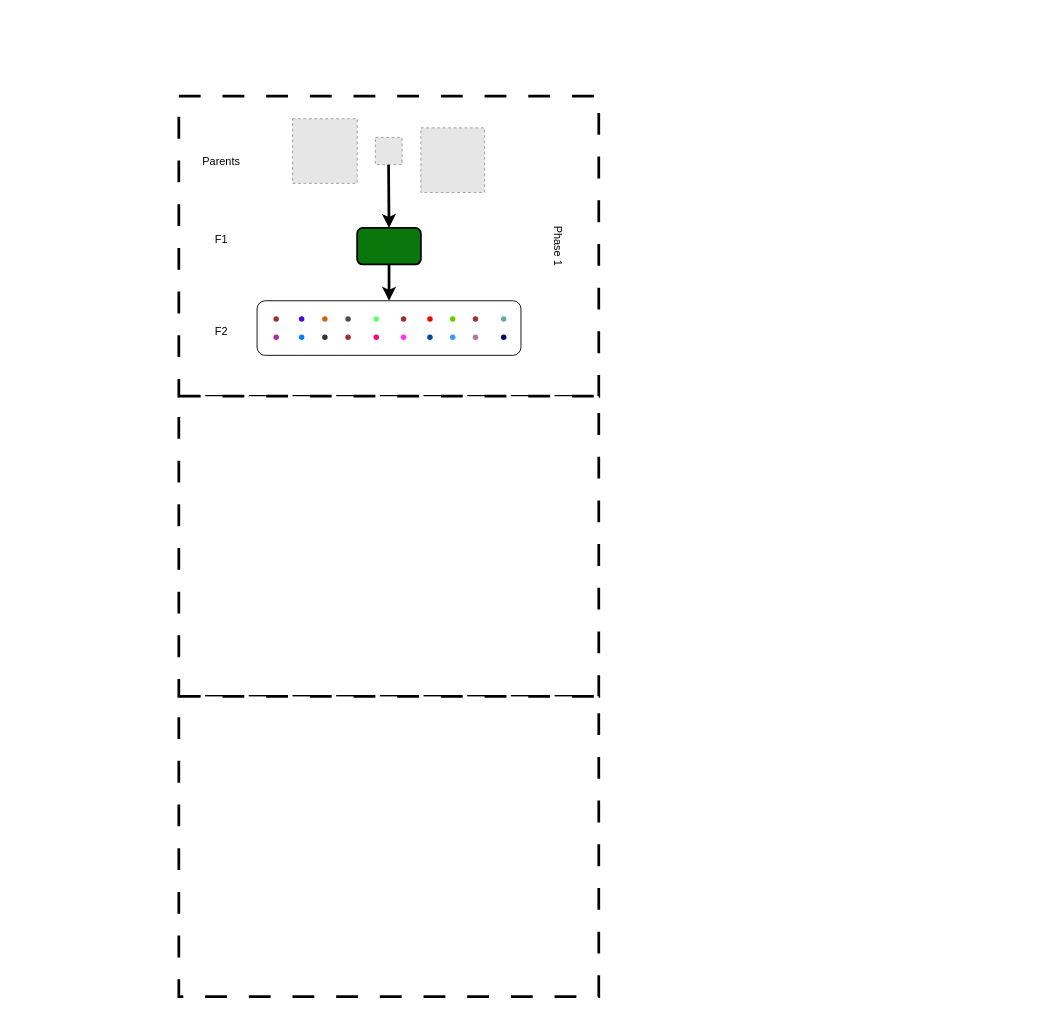
This is vit_presentation.drawio from ravindra2859/Figure_Poster, a draw.io file, before an edit. Source tidied: cells renumbered, new cells numbered last; positions are measured from the earlier drawing's top-left corner, leaving out a move shared by most shapes. Both pictures are drawn from the tidied source at 91%, with x=0, y=0 at pixel (178, 96). Pictures stored in the file or linked from it are replaced by grey dashed boxes.
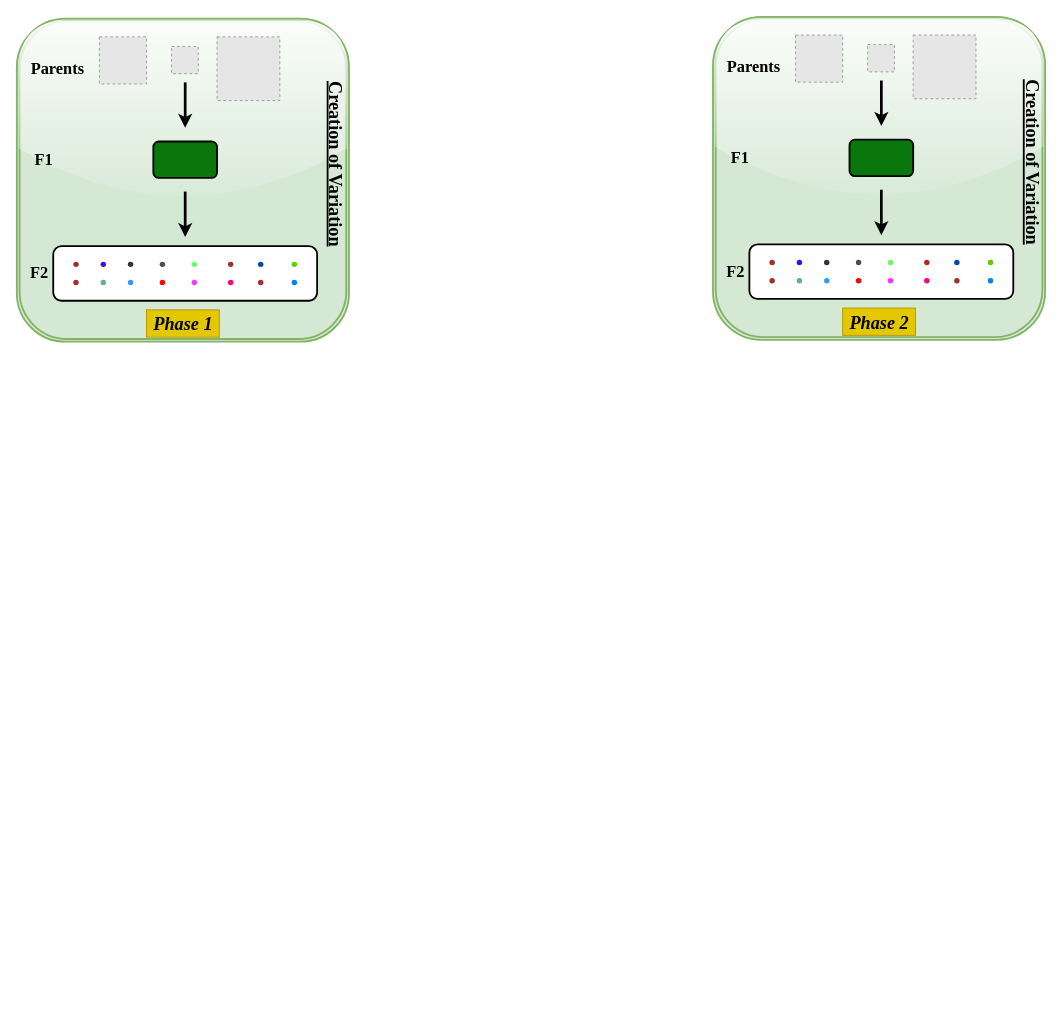
The same diagram, later.

What changed in the source:
```diff
@@
-<mxGraphModel>
+<mxGraphModel background="#ffffff">
@@
-    <mxCell id="2" style="rounded=0;whiteSpace=wrap;html=1;dashed=1;dashPattern=8 8;strokeWidth=3;" parent="1" vertex="1">
-      <mxGeometry y="0.1" width="461.5" height="329.9" as="geometry" />
-    </mxCell>
+    <mxCell id="34" style="shape=ext;double=1;rounded=1;whiteSpace=wrap;html=1;strokeWidth=2;strokeColor=#82b366;glass=1;fillColor=#d5e8d4;" parent="1" vertex="1">
+      <mxGeometry x="-178" y="-85" width="365" height="355" as="geometry" />
+    </mxCell>
-    <mxCell id="3" style="rounded=1;whiteSpace=wrap;html=1;" parent="1" vertex="1">
-      <mxGeometry x="86" y="225" width="290" height="60" as="geometry" />
+    <mxCell id="3" style="rounded=1;whiteSpace=wrap;html=1;strokeWidth=2;" parent="1" vertex="1">
+      <mxGeometry x="-138" y="165" width="290" height="60" as="geometry" />
     </mxCell>
-    <mxCell id="4" style="fillColor=#E6E6E6;strokeColor=#999999;dashed=1;verticalLabelPosition=bottom;labelBackgroundColor=default;verticalAlign=top;" parent="1" vertex="1">
-      <mxGeometry x="125" y="25" width="71" height="71" as="geometry" />
-    </mxCell>
     <mxCell id="5" style="fillColor=#E6E6E6;strokeColor=#999999;dashed=1;verticalLabelPosition=bottom;labelBackgroundColor=default;verticalAlign=top;" parent="1" vertex="1">
-      <mxGeometry x="266" y="35" width="70" height="71" as="geometry" />
+      <mxGeometry x="42" y="-65" width="69" height="70" as="geometry" />
     </mxCell>
     <mxCell id="6" style="fillColor=#E6E6E6;strokeColor=#999999;dashed=1;verticalLabelPosition=bottom;labelBackgroundColor=default;verticalAlign=top;" parent="1" vertex="1">
-      <mxGeometry x="216" y="45.5" width="29.4" height="30" as="geometry" />
+      <mxGeometry x="-8" y="-54.5" width="29.4" height="30" as="geometry" />
     </mxCell>
     <mxCell id="7" style="shape=waypoint;sketch=0;fillStyle=solid;size=6;fillColor=none;perimeter=centerPerimeter;strokeColor=#a32e2e;" parent="1" vertex="1">
-      <mxGeometry x="97" y="235" width="20" height="20" as="geometry" />
+      <mxGeometry x="-123" y="175" width="20" height="20" as="geometry" />
     </mxCell>
     <mxCell id="8" style="rounded=1;whiteSpace=wrap;html=1;fillColor=#09770b;strokeWidth=2;" parent="1" vertex="1">
-      <mxGeometry x="196" y="145" width="70" height="40" as="geometry" />
+      <mxGeometry x="-28" y="50" width="70" height="40" as="geometry" />
     </mxCell>
-    <mxCell id="9" style="shape=waypoint;sketch=0;fillStyle=solid;size=6;fillColor=none;perimeter=centerPerimeter;strokeColor=#af2c9e;" parent="1" vertex="1">
-      <mxGeometry x="97" y="255" width="20" height="20" as="geometry" />
-    </mxCell>
     <mxCell id="10" style="shape=waypoint;sketch=0;fillStyle=solid;size=6;fillColor=none;perimeter=centerPerimeter;strokeColor=#440ae6;" parent="1" vertex="1">
-      <mxGeometry x="125" y="235" width="20" height="20" as="geometry" />
+      <mxGeometry x="-93" y="175" width="20" height="20" as="geometry" />
     </mxCell>
-    <mxCell id="11" style="shape=waypoint;sketch=0;fillStyle=solid;size=6;fillColor=none;perimeter=centerPerimeter;strokeColor=#CC6600;" parent="1" vertex="1">
-      <mxGeometry x="150.5" y="235" width="20" height="20" as="geometry" />
-    </mxCell>
     <mxCell id="12" style="shape=waypoint;sketch=0;fillStyle=solid;size=6;fillColor=none;perimeter=centerPerimeter;strokeColor=#4D4D4D;" parent="1" vertex="1">
-      <mxGeometry x="176" y="235" width="20" height="20" as="geometry" />
+      <mxGeometry x="-28" y="175" width="20" height="20" as="geometry" />
     </mxCell>
     <mxCell id="13" style="shape=waypoint;sketch=0;fillStyle=solid;size=6;fillColor=none;perimeter=centerPerimeter;strokeColor=#66FF66;" parent="1" vertex="1">
-      <mxGeometry x="207" y="235" width="20" height="20" as="geometry" />
+      <mxGeometry x="7" y="175" width="20" height="20" as="geometry" />
     </mxCell>
     <mxCell id="14" style="shape=waypoint;sketch=0;fillStyle=solid;size=6;fillColor=none;perimeter=centerPerimeter;strokeColor=#a32e2e;" parent="1" vertex="1">
-      <mxGeometry x="237" y="235" width="20" height="20" as="geometry" />
+      <mxGeometry x="47" y="175" width="20" height="20" as="geometry" />
     </mxCell>
     <mxCell id="15" style="shape=waypoint;sketch=0;fillStyle=solid;size=6;fillColor=none;perimeter=centerPerimeter;strokeColor=#FF0000;" parent="1" vertex="1">
-      <mxGeometry x="266" y="235" width="20" height="20" as="geometry" />
+      <mxGeometry x="-28" y="195" width="20" height="20" as="geometry" />
     </mxCell>
     <mxCell id="16" style="shape=waypoint;sketch=0;fillStyle=solid;size=6;fillColor=none;perimeter=centerPerimeter;strokeColor=#66CC00;" parent="1" vertex="1">
-      <mxGeometry x="291" y="235" width="20" height="20" as="geometry" />
+      <mxGeometry x="117" y="175" width="20" height="20" as="geometry" />
     </mxCell>
     <mxCell id="17" style="shape=waypoint;sketch=0;fillStyle=solid;size=6;fillColor=none;perimeter=centerPerimeter;strokeColor=#a32e2e;" parent="1" vertex="1">
-      <mxGeometry x="316" y="235" width="20" height="20" as="geometry" />
+      <mxGeometry x="-123" y="195" width="20" height="20" as="geometry" />
     </mxCell>
     <mxCell id="18" style="shape=waypoint;sketch=0;fillStyle=solid;size=6;fillColor=none;perimeter=centerPerimeter;strokeColor=#67AB9F;" parent="1" vertex="1">
-      <mxGeometry x="347" y="235" width="20" height="20" as="geometry" />
+      <mxGeometry x="-93" y="195" width="20" height="20" as="geometry" />
     </mxCell>
     <mxCell id="19" style="shape=waypoint;sketch=0;fillStyle=solid;size=6;fillColor=none;perimeter=centerPerimeter;strokeColor=#007FFF;" parent="1" vertex="1">
-      <mxGeometry x="125" y="255" width="20" height="20" as="geometry" />
+      <mxGeometry x="117" y="195" width="20" height="20" as="geometry" />
     </mxCell>
     <mxCell id="20" style="shape=waypoint;sketch=0;fillStyle=solid;size=6;fillColor=none;perimeter=centerPerimeter;strokeColor=#333333;" parent="1" vertex="1">
-      <mxGeometry x="150.5" y="255" width="20" height="20" as="geometry" />
+      <mxGeometry x="-63" y="175" width="20" height="20" as="geometry" />
     </mxCell>
     <mxCell id="21" style="shape=waypoint;sketch=0;fillStyle=solid;size=6;fillColor=none;perimeter=centerPerimeter;strokeColor=#a32e2e;" parent="1" vertex="1">
-      <mxGeometry x="176" y="255" width="20" height="20" as="geometry" />
+      <mxGeometry x="80" y="195" width="20" height="20" as="geometry" />
     </mxCell>
     <mxCell id="22" style="shape=waypoint;sketch=0;fillStyle=solid;size=6;fillColor=none;perimeter=centerPerimeter;strokeColor=#FF0080;" parent="1" vertex="1">
-      <mxGeometry x="207" y="255" width="20" height="20" as="geometry" />
+      <mxGeometry x="47" y="195" width="20" height="20" as="geometry" />
     </mxCell>
     <mxCell id="23" style="shape=waypoint;sketch=0;fillStyle=solid;size=6;fillColor=none;perimeter=centerPerimeter;strokeColor=#FF33FF;" parent="1" vertex="1">
-      <mxGeometry x="237" y="255" width="20" height="20" as="geometry" />
+      <mxGeometry x="7" y="195" width="20" height="20" as="geometry" />
     </mxCell>
     <mxCell id="24" style="shape=waypoint;sketch=0;fillStyle=solid;size=6;fillColor=none;perimeter=centerPerimeter;strokeColor=#004C99;" parent="1" vertex="1">
-      <mxGeometry x="266" y="255" width="20" height="20" as="geometry" />
+      <mxGeometry x="80" y="175" width="20" height="20" as="geometry" />
     </mxCell>
     <mxCell id="25" style="shape=waypoint;sketch=0;fillStyle=solid;size=6;fillColor=none;perimeter=centerPerimeter;strokeColor=#3399FF;" parent="1" vertex="1">
-      <mxGeometry x="291" y="255" width="20" height="20" as="geometry" />
+      <mxGeometry x="-63" y="195" width="20" height="20" as="geometry" />
     </mxCell>
-    <mxCell id="26" style="shape=waypoint;sketch=0;fillStyle=solid;size=6;fillColor=none;perimeter=centerPerimeter;strokeColor=#B5739D;" parent="1" vertex="1">
-      <mxGeometry x="316" y="255" width="20" height="20" as="geometry" />
-    </mxCell>
-    <mxCell id="27" style="shape=waypoint;sketch=0;fillStyle=solid;size=6;fillColor=none;perimeter=centerPerimeter;strokeColor=#000066;" parent="1" vertex="1">
-      <mxGeometry x="347" y="255" width="20" height="20" as="geometry" />
-    </mxCell>
     <mxCell id="28" style="endArrow=classic;html=1;rounded=0;strokeWidth=3;" parent="1" edge="1">
       <mxGeometry relative="1" as="geometry">
-        <mxPoint x="231" y="185" as="sourcePoint" />
-        <mxPoint x="231" y="225" as="targetPoint" />
+        <mxPoint x="7" y="105" as="sourcePoint" />
+        <mxPoint x="7" y="155" as="targetPoint" />
       </mxGeometry>
     </mxCell>
-    <mxCell id="29" value="Phase 1" style="text;html=1;strokeColor=none;fillColor=none;align=center;verticalAlign=middle;whiteSpace=wrap;rounded=0;rotation=90;" parent="1" vertex="1">
-      <mxGeometry x="387" y="150" width="60" height="30" as="geometry" />
+    <mxCell id="29" value="&lt;font style=&quot;font-size: 20px;&quot; face=&quot;Times New Roman&quot;&gt;&lt;b&gt;&lt;i&gt;Phase 1&lt;/i&gt;&lt;/b&gt;&lt;/font&gt;" style="text;html=1;strokeColor=#B09500;fillColor=#e3c800;align=center;verticalAlign=middle;whiteSpace=wrap;rounded=0;rotation=0;strokeWidth=1;fontColor=#000000;" parent="1" vertex="1">
+      <mxGeometry x="-35.5" y="235" width="80" height="30" as="geometry" />
     </mxCell>
-    <mxCell id="30" value="Parents&lt;br&gt;&lt;br&gt;&lt;br&gt;&lt;br&gt;&lt;br&gt;&lt;br&gt;F1&lt;br&gt;&lt;br&gt;&lt;br&gt;&lt;br&gt;&lt;br&gt;&lt;br&gt;&lt;br&gt;F2" style="text;html=1;strokeColor=none;fillColor=none;align=center;verticalAlign=middle;whiteSpace=wrap;rounded=0;" parent="1" vertex="1">
-      <mxGeometry x="17" y="55" width="60" height="220" as="geometry" />
-    </mxCell>
-    <mxCell id="31" style="endArrow=classic;html=1;rounded=0;strokeWidth=3;entryX=0.5;entryY=0;entryDx=0;entryDy=0;" parent="1" edge="1" target="8">
+    <mxCell id="31" style="endArrow=classic;html=1;rounded=0;strokeWidth=3;" parent="1" edge="1">
       <mxGeometry relative="1" as="geometry">
-        <mxPoint x="230.5" y="75.5" as="sourcePoint" />
+        <mxPoint x="7" y="-15" as="sourcePoint" />
+        <mxPoint x="7" y="35" as="targetPoint" />
       </mxGeometry>
     </mxCell>
-    <mxCell id="32" style="rounded=0;whiteSpace=wrap;html=1;dashed=1;dashPattern=8 8;strokeWidth=3;" parent="1" vertex="1">
-      <mxGeometry y="329.9" width="461.5" height="329.9" as="geometry" />
-    </mxCell>
-    <mxCell id="33" style="rounded=0;whiteSpace=wrap;html=1;dashed=1;dashPattern=8 8;strokeWidth=3;" parent="1" vertex="1">
-      <mxGeometry y="659.8" width="461.5" height="329.9" as="geometry" />
-    </mxCell>
+    <mxCell id="35" value="&lt;font style=&quot;font-size: 20px;&quot; face=&quot;Times New Roman&quot;&gt;&lt;b style=&quot;&quot;&gt;&lt;u&gt;Creation of Variation&lt;/u&gt;&lt;/b&gt;&lt;/font&gt;" style="text;html=1;strokeColor=none;fillColor=none;align=center;verticalAlign=middle;whiteSpace=wrap;rounded=0;rotation=90;" parent="1" vertex="1">
+      <mxGeometry x="77" y="60" width="194" height="30" as="geometry" />
+    </mxCell>
+    <mxCell id="36" value="&lt;font style=&quot;font-size: 18px;&quot; face=&quot;Times New Roman&quot;&gt;&lt;b&gt;Parents&lt;/b&gt;&lt;/font&gt;" style="text;html=1;strokeColor=none;fillColor=none;align=center;verticalAlign=middle;whiteSpace=wrap;rounded=0;" parent="1" vertex="1">
+      <mxGeometry x="-163" y="-45" width="60" height="30" as="geometry" />
+    </mxCell>
+    <mxCell id="37" value="&lt;font style=&quot;font-size: 18px;&quot; face=&quot;Times New Roman&quot;&gt;&lt;b&gt;F1&lt;/b&gt;&lt;/font&gt;" style="text;html=1;strokeColor=none;fillColor=none;align=center;verticalAlign=middle;whiteSpace=wrap;rounded=0;" parent="1" vertex="1">
+      <mxGeometry x="-168" y="55" width="40" height="30" as="geometry" />
+    </mxCell>
+    <mxCell id="38" value="&lt;font style=&quot;font-size: 18px;&quot; face=&quot;Times New Roman&quot;&gt;&lt;b&gt;F2&lt;/b&gt;&lt;/font&gt;" style="text;html=1;strokeColor=none;fillColor=none;align=center;verticalAlign=middle;whiteSpace=wrap;rounded=0;" parent="1" vertex="1">
+      <mxGeometry x="-168" y="182.5" width="30" height="25" as="geometry" />
+    </mxCell>
+    <mxCell id="39" style="fillColor=#E6E6E6;strokeColor=#999999;dashed=1;verticalLabelPosition=bottom;labelBackgroundColor=default;verticalAlign=top;" parent="1" vertex="1">
+      <mxGeometry x="-87.3" y="-65" width="51.8" height="51.8" as="geometry" />
+    </mxCell>
+    <mxCell id="40" style="shape=ext;double=1;rounded=1;whiteSpace=wrap;html=1;strokeWidth=2;strokeColor=#82b366;glass=1;fillColor=#d5e8d4;" parent="1" vertex="1">
+      <mxGeometry x="587" y="-87" width="365" height="355" as="geometry" />
+    </mxCell>
+    <mxCell id="41" style="rounded=1;whiteSpace=wrap;html=1;strokeWidth=2;" parent="1" vertex="1">
+      <mxGeometry x="627" y="163" width="290" height="60" as="geometry" />
+    </mxCell>
+    <mxCell id="42" style="fillColor=#E6E6E6;strokeColor=#999999;dashed=1;verticalLabelPosition=bottom;labelBackgroundColor=default;verticalAlign=top;" parent="1" vertex="1">
+      <mxGeometry x="807" y="-67" width="69" height="70" as="geometry" />
+    </mxCell>
+    <mxCell id="43" style="fillColor=#E6E6E6;strokeColor=#999999;dashed=1;verticalLabelPosition=bottom;labelBackgroundColor=default;verticalAlign=top;" parent="1" vertex="1">
+      <mxGeometry x="757" y="-56.5" width="29.4" height="30" as="geometry" />
+    </mxCell>
+    <mxCell id="44" style="shape=waypoint;sketch=0;fillStyle=solid;size=6;fillColor=none;perimeter=centerPerimeter;strokeColor=#a32e2e;" parent="1" vertex="1">
+      <mxGeometry x="642" y="173" width="20" height="20" as="geometry" />
+    </mxCell>
+    <mxCell id="45" style="rounded=1;whiteSpace=wrap;html=1;fillColor=#09770b;strokeWidth=2;" parent="1" vertex="1">
+      <mxGeometry x="737" y="48" width="70" height="40" as="geometry" />
+    </mxCell>
+    <mxCell id="46" style="shape=waypoint;sketch=0;fillStyle=solid;size=6;fillColor=none;perimeter=centerPerimeter;strokeColor=#440ae6;" parent="1" vertex="1">
+      <mxGeometry x="672" y="173" width="20" height="20" as="geometry" />
+    </mxCell>
+    <mxCell id="47" style="shape=waypoint;sketch=0;fillStyle=solid;size=6;fillColor=none;perimeter=centerPerimeter;strokeColor=#4D4D4D;" parent="1" vertex="1">
+      <mxGeometry x="737" y="173" width="20" height="20" as="geometry" />
+    </mxCell>
+    <mxCell id="48" style="shape=waypoint;sketch=0;fillStyle=solid;size=6;fillColor=none;perimeter=centerPerimeter;strokeColor=#66FF66;" parent="1" vertex="1">
+      <mxGeometry x="772" y="173" width="20" height="20" as="geometry" />
+    </mxCell>
+    <mxCell id="49" style="shape=waypoint;sketch=0;fillStyle=solid;size=6;fillColor=none;perimeter=centerPerimeter;strokeColor=#a32e2e;" parent="1" vertex="1">
+      <mxGeometry x="812" y="173" width="20" height="20" as="geometry" />
+    </mxCell>
+    <mxCell id="50" style="shape=waypoint;sketch=0;fillStyle=solid;size=6;fillColor=none;perimeter=centerPerimeter;strokeColor=#FF0000;" parent="1" vertex="1">
+      <mxGeometry x="737" y="193" width="20" height="20" as="geometry" />
+    </mxCell>
+    <mxCell id="51" style="shape=waypoint;sketch=0;fillStyle=solid;size=6;fillColor=none;perimeter=centerPerimeter;strokeColor=#66CC00;" parent="1" vertex="1">
+      <mxGeometry x="882" y="173" width="20" height="20" as="geometry" />
+    </mxCell>
+    <mxCell id="52" style="shape=waypoint;sketch=0;fillStyle=solid;size=6;fillColor=none;perimeter=centerPerimeter;strokeColor=#a32e2e;" parent="1" vertex="1">
+      <mxGeometry x="642" y="193" width="20" height="20" as="geometry" />
+    </mxCell>
+    <mxCell id="53" style="shape=waypoint;sketch=0;fillStyle=solid;size=6;fillColor=none;perimeter=centerPerimeter;strokeColor=#67AB9F;" parent="1" vertex="1">
+      <mxGeometry x="672" y="193" width="20" height="20" as="geometry" />
+    </mxCell>
+    <mxCell id="54" style="shape=waypoint;sketch=0;fillStyle=solid;size=6;fillColor=none;perimeter=centerPerimeter;strokeColor=#007FFF;" parent="1" vertex="1">
+      <mxGeometry x="882" y="193" width="20" height="20" as="geometry" />
+    </mxCell>
+    <mxCell id="55" style="shape=waypoint;sketch=0;fillStyle=solid;size=6;fillColor=none;perimeter=centerPerimeter;strokeColor=#333333;" parent="1" vertex="1">
+      <mxGeometry x="702" y="173" width="20" height="20" as="geometry" />
+    </mxCell>
+    <mxCell id="56" style="shape=waypoint;sketch=0;fillStyle=solid;size=6;fillColor=none;perimeter=centerPerimeter;strokeColor=#a32e2e;" parent="1" vertex="1">
+      <mxGeometry x="845" y="193" width="20" height="20" as="geometry" />
+    </mxCell>
+    <mxCell id="57" style="shape=waypoint;sketch=0;fillStyle=solid;size=6;fillColor=none;perimeter=centerPerimeter;strokeColor=#FF0080;" parent="1" vertex="1">
+      <mxGeometry x="812" y="193" width="20" height="20" as="geometry" />
+    </mxCell>
+    <mxCell id="58" style="shape=waypoint;sketch=0;fillStyle=solid;size=6;fillColor=none;perimeter=centerPerimeter;strokeColor=#FF33FF;" parent="1" vertex="1">
+      <mxGeometry x="772" y="193" width="20" height="20" as="geometry" />
+    </mxCell>
+    <mxCell id="59" style="shape=waypoint;sketch=0;fillStyle=solid;size=6;fillColor=none;perimeter=centerPerimeter;strokeColor=#004C99;" parent="1" vertex="1">
+      <mxGeometry x="845" y="173" width="20" height="20" as="geometry" />
+    </mxCell>
+    <mxCell id="60" style="shape=waypoint;sketch=0;fillStyle=solid;size=6;fillColor=none;perimeter=centerPerimeter;strokeColor=#3399FF;" parent="1" vertex="1">
+      <mxGeometry x="702" y="193" width="20" height="20" as="geometry" />
+    </mxCell>
+    <mxCell id="61" style="endArrow=classic;html=1;rounded=0;strokeWidth=3;" parent="1" edge="1">
+      <mxGeometry relative="1" as="geometry">
+        <mxPoint x="772" y="103" as="sourcePoint" />
+        <mxPoint x="772" y="153" as="targetPoint" />
+      </mxGeometry>
+    </mxCell>
+    <mxCell id="62" value="&lt;font style=&quot;font-size: 20px;&quot; face=&quot;Times New Roman&quot;&gt;&lt;b&gt;&lt;i&gt;Phase 2&lt;/i&gt;&lt;/b&gt;&lt;/font&gt;" style="text;html=1;strokeColor=#B09500;fillColor=#e3c800;align=center;verticalAlign=middle;whiteSpace=wrap;rounded=0;rotation=0;strokeWidth=1;fontColor=#000000;" parent="1" vertex="1">
+      <mxGeometry x="729.5" y="233" width="80" height="30" as="geometry" />
+    </mxCell>
+    <mxCell id="63" style="endArrow=classic;html=1;rounded=0;strokeWidth=3;" parent="1" edge="1">
+      <mxGeometry relative="1" as="geometry">
+        <mxPoint x="772" y="-17" as="sourcePoint" />
+        <mxPoint x="772" y="33" as="targetPoint" />
+      </mxGeometry>
+    </mxCell>
+    <mxCell id="64" value="&lt;font style=&quot;font-size: 20px;&quot; face=&quot;Times New Roman&quot;&gt;&lt;b style=&quot;&quot;&gt;&lt;u&gt;Creation of Variation&lt;/u&gt;&lt;/b&gt;&lt;/font&gt;" style="text;html=1;strokeColor=none;fillColor=none;align=center;verticalAlign=middle;whiteSpace=wrap;rounded=0;rotation=90;" parent="1" vertex="1">
+      <mxGeometry x="842" y="58" width="194" height="30" as="geometry" />
+    </mxCell>
+    <mxCell id="65" value="&lt;font style=&quot;font-size: 18px;&quot; face=&quot;Times New Roman&quot;&gt;&lt;b&gt;Parents&lt;/b&gt;&lt;/font&gt;" style="text;html=1;strokeColor=none;fillColor=none;align=center;verticalAlign=middle;whiteSpace=wrap;rounded=0;" parent="1" vertex="1">
+      <mxGeometry x="602" y="-47" width="60" height="30" as="geometry" />
+    </mxCell>
+    <mxCell id="66" value="&lt;font style=&quot;font-size: 18px;&quot; face=&quot;Times New Roman&quot;&gt;&lt;b&gt;F1&lt;/b&gt;&lt;/font&gt;" style="text;html=1;strokeColor=none;fillColor=none;align=center;verticalAlign=middle;whiteSpace=wrap;rounded=0;" parent="1" vertex="1">
+      <mxGeometry x="597" y="53" width="40" height="30" as="geometry" />
+    </mxCell>
+    <mxCell id="67" value="&lt;font style=&quot;font-size: 18px;&quot; face=&quot;Times New Roman&quot;&gt;&lt;b&gt;F2&lt;/b&gt;&lt;/font&gt;" style="text;html=1;strokeColor=none;fillColor=none;align=center;verticalAlign=middle;whiteSpace=wrap;rounded=0;" parent="1" vertex="1">
+      <mxGeometry x="597" y="180.5" width="30" height="25" as="geometry" />
+    </mxCell>
+    <mxCell id="68" style="fillColor=#E6E6E6;strokeColor=#999999;dashed=1;verticalLabelPosition=bottom;labelBackgroundColor=default;verticalAlign=top;" parent="1" vertex="1">
+      <mxGeometry x="677.7" y="-67" width="51.8" height="51.8" as="geometry" />
+    </mxCell>
```
